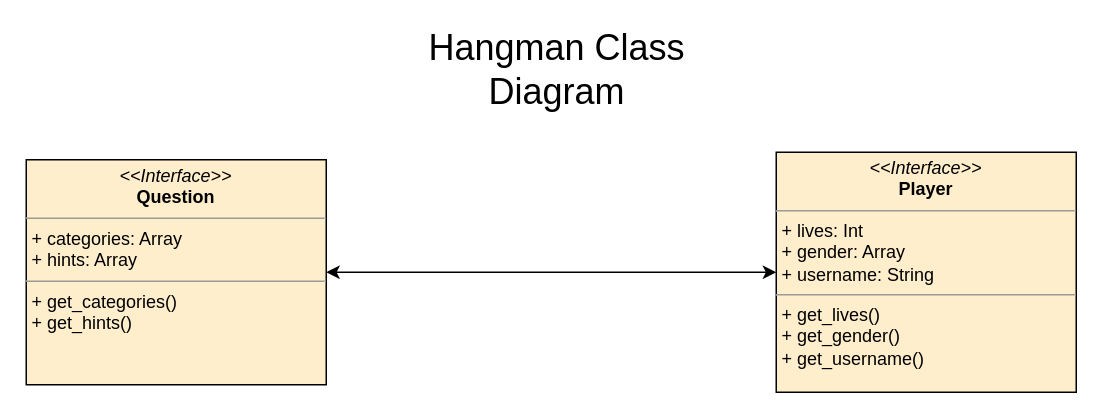
Before: Class Diagram/Hangman use case diagram.drawio in KingRei123/HangmanGame, a draw.io diagram. Source tidied: cells renumbered, new cells numbered last; positions are measured from the earlier drawing's top-left corner, leaving out a move shared by most shapes. Both pictures are drawn from the tidied source at 150%, with x=0, y=0 at pixel (26, 46).
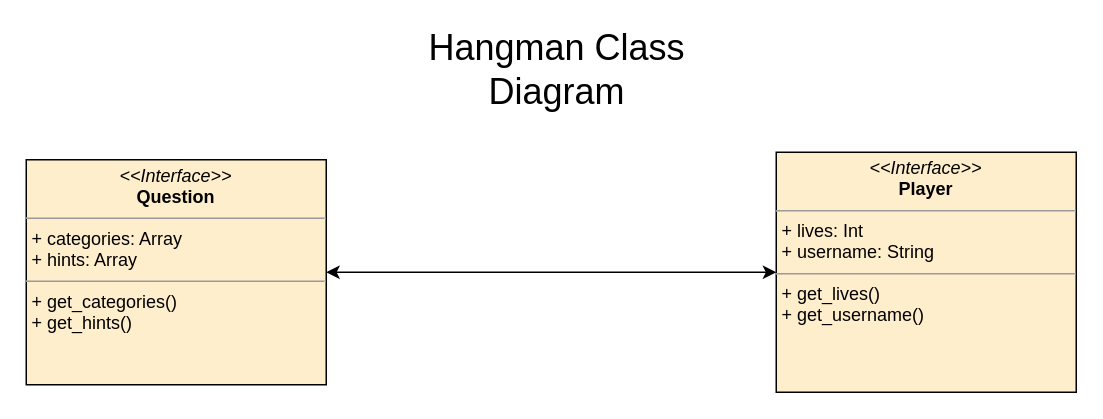
After the change.

Diff of the diagram source:
```diff
@@
 <mxGraphModel>
   <root>
     <mxCell id="0" />
     <mxCell id="1" parent="0" />
     <mxCell id="2" value="&lt;p style=&quot;margin:0px;margin-top:4px;text-align:center;&quot;&gt;&lt;i&gt;&amp;lt;&amp;lt;Interface&amp;gt;&amp;gt;&lt;/i&gt;&lt;br&gt;&lt;b&gt;Question&lt;/b&gt;&lt;/p&gt;&lt;hr size=&quot;1&quot;&gt;&lt;p style=&quot;margin:0px;margin-left:4px;&quot;&gt;+ categories: Arra&lt;span style=&quot;background-color: initial;&quot;&gt;y&lt;/span&gt;&lt;/p&gt;&lt;p style=&quot;margin:0px;margin-left:4px;&quot;&gt;+ hints: Array&lt;/p&gt;&lt;hr size=&quot;1&quot;&gt;&lt;p style=&quot;margin:0px;margin-left:4px;&quot;&gt;+ get_categories()&lt;br&gt;+ get_hints()&lt;/p&gt;" style="verticalAlign=top;align=left;overflow=fill;fontSize=12;fontFamily=Helvetica;html=1;whiteSpace=wrap;fillColor=#FFEECC;" parent="1" vertex="1">
       <mxGeometry y="75" width="200" height="150" as="geometry" />
     </mxCell>
-    <mxCell id="3" value="&lt;p style=&quot;margin:0px;margin-top:4px;text-align:center;&quot;&gt;&lt;i&gt;&amp;lt;&amp;lt;Interface&amp;gt;&amp;gt;&lt;/i&gt;&lt;br&gt;&lt;b&gt;Player&lt;/b&gt;&lt;/p&gt;&lt;hr size=&quot;1&quot;&gt;&lt;p style=&quot;margin:0px;margin-left:4px;&quot;&gt;+ lives: Int&lt;br&gt;+ gender: Array&lt;/p&gt;&lt;p style=&quot;margin:0px;margin-left:4px;&quot;&gt;+ username: String&lt;/p&gt;&lt;hr size=&quot;1&quot;&gt;&lt;p style=&quot;margin:0px;margin-left:4px;&quot;&gt;+ get_lives()&lt;br&gt;+ get_gender()&lt;/p&gt;&lt;p style=&quot;margin:0px;margin-left:4px;&quot;&gt;+ get_username()&lt;/p&gt;" style="verticalAlign=top;align=left;overflow=fill;fontSize=12;fontFamily=Helvetica;html=1;whiteSpace=wrap;fillColor=#FFEECC;" parent="1" vertex="1">
+    <mxCell id="3" value="&lt;p style=&quot;margin:0px;margin-top:4px;text-align:center;&quot;&gt;&lt;i&gt;&amp;lt;&amp;lt;Interface&amp;gt;&amp;gt;&lt;/i&gt;&lt;br&gt;&lt;b&gt;Player&lt;/b&gt;&lt;/p&gt;&lt;hr size=&quot;1&quot;&gt;&lt;p style=&quot;margin:0px;margin-left:4px;&quot;&gt;+ lives: Int&lt;br&gt;&lt;/p&gt;&lt;p style=&quot;margin:0px;margin-left:4px;&quot;&gt;+ username: String&lt;/p&gt;&lt;hr size=&quot;1&quot;&gt;&lt;p style=&quot;margin:0px;margin-left:4px;&quot;&gt;+ get_lives()&lt;br&gt;&lt;/p&gt;&lt;p style=&quot;margin:0px;margin-left:4px;&quot;&gt;+ get_username()&lt;/p&gt;" style="verticalAlign=top;align=left;overflow=fill;fontSize=12;fontFamily=Helvetica;html=1;whiteSpace=wrap;fillColor=#FFEECC;" parent="1" vertex="1">
       <mxGeometry x="500" y="70" width="200" height="160" as="geometry" />
     </mxCell>
     <mxCell id="4" style="endArrow=classic;startArrow=classic;html=1;rounded=0;entryX=0;entryY=0.5;entryDx=0;entryDy=0;exitX=1;exitY=0.5;exitDx=0;exitDy=0;" parent="1" edge="1" source="2" target="3">
       <mxGeometry relative="1" as="geometry" />
     </mxCell>
     <mxCell id="5" value="&lt;font style=&quot;font-size: 24px;&quot;&gt;Hangman Class Diagram&lt;/font&gt;" style="text;html=1;strokeColor=none;fillColor=none;align=center;verticalAlign=middle;whiteSpace=wrap;rounded=0;" parent="1" vertex="1">
       <mxGeometry x="229" width="250" height="30" as="geometry" />
     </mxCell>
   </root>
 </mxGraphModel>
```
